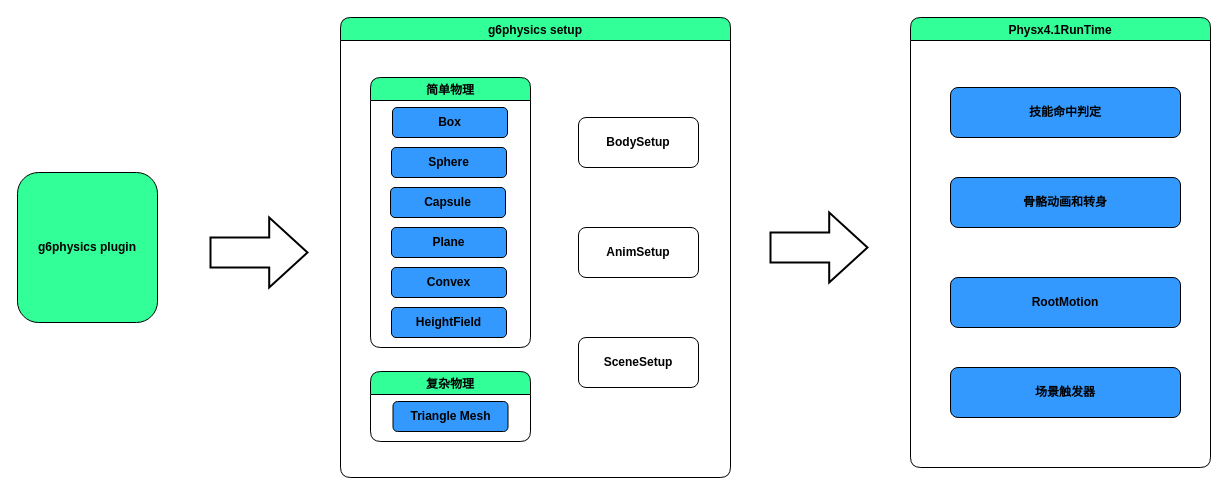
justinzhuguangwen/behaviac keeps this draw.io diagram as docs/Untitled Diagram.drawio. Above is the earlier version. Source tidied: cells renumbered, new cells numbered last; positions are measured from the earlier drawing's top-left corner, leaving out a move shared by most shapes. Both pictures are drawn from the tidied source at 100%, with x=0, y=0 at pixel (17, 17).
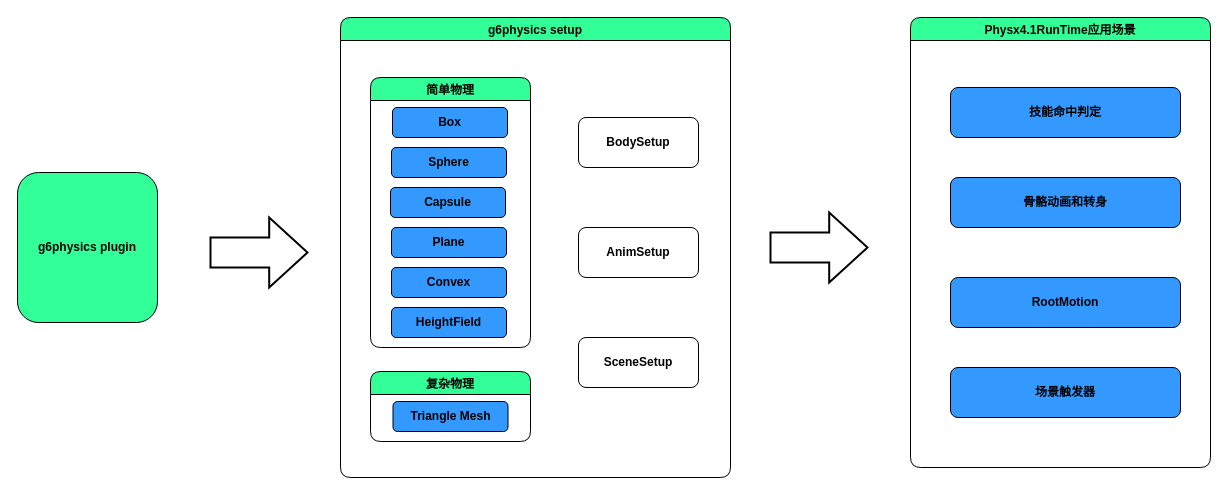
Above is the later version.

The edit, as a diff of the source:
```diff
@@
-    <mxCell id="4" value="Physx4.1RunTime" style="swimlane;rounded=1;shadow=0;glass=0;sketch=0;fillColor=#33FF99;gradientColor=none;startSize=23;" parent="1" vertex="1">
+    <mxCell id="4" value="Physx4.1RunTime应用场景" style="swimlane;rounded=1;shadow=0;glass=0;sketch=0;fillColor=#33FF99;gradientColor=none;startSize=23;" parent="1" vertex="1">
       <mxGeometry x="893" width="300" height="450" as="geometry" />
     </mxCell>
```
